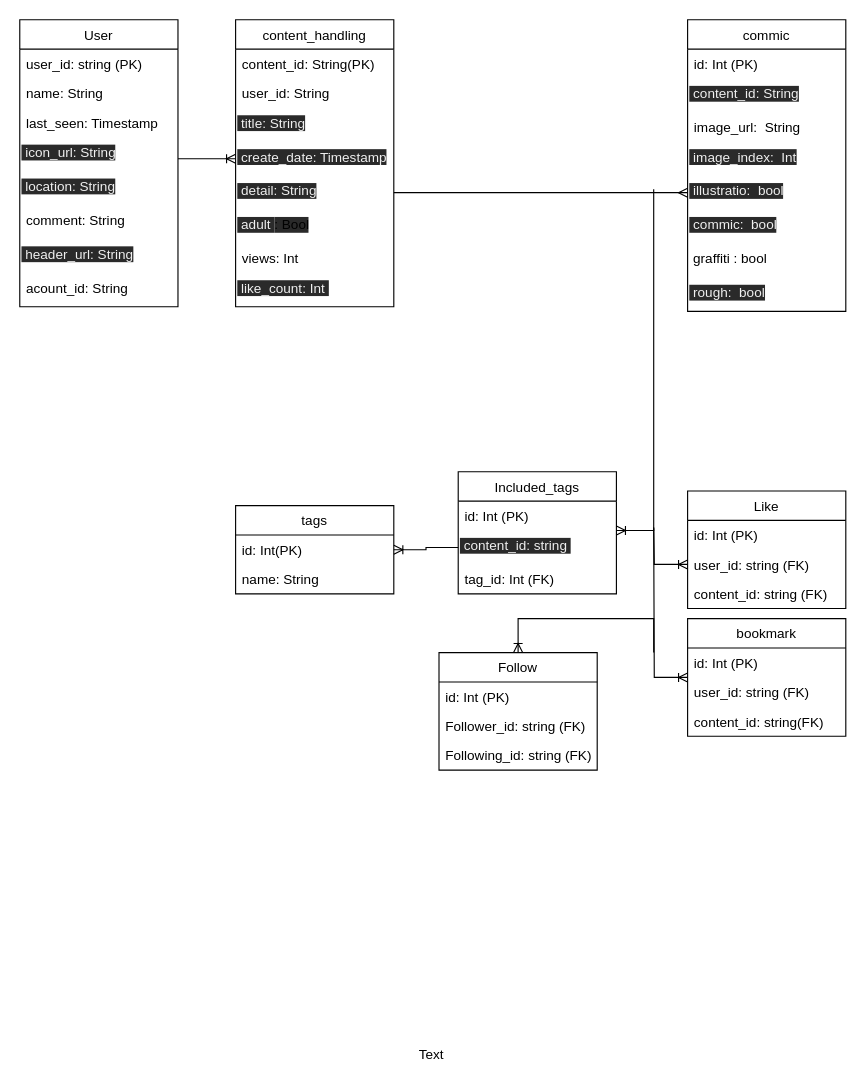
The draw.io diagram er.drawio in uechan9220/Shalust, before the edit. Source tidied: cells renumbered, new cells numbered last; positions are measured from the earlier drawing's top-left corner, leaving out a move shared by most shapes. Both pictures are drawn from the tidied source at 113%, with x=0, y=0 at pixel (19, 19).
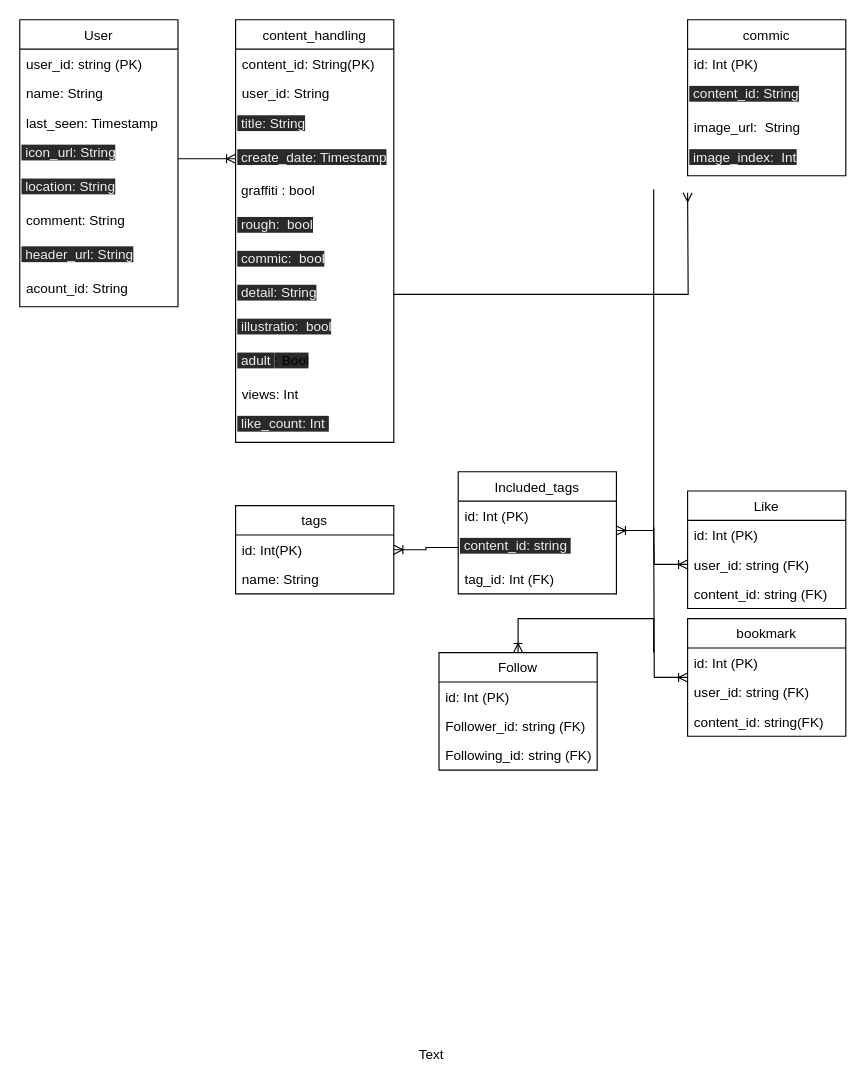
Above is the later version.

The edit, as a diff of the source:
```diff
@@
     <mxCell id="11" value="content_handling" style="swimlane;fontStyle=0;horizontal=1;startSize=26;fillColor=none;" parent="1" vertex="1">
-      <mxGeometry x="191" width="140" height="254" as="geometry" />
+      <mxGeometry x="191" width="140" height="374" as="geometry" />
     </mxCell>
@@
+    <mxCell id="27" value="&lt;span style=&quot;text-align: center&quot;&gt;&amp;nbsp;graffiti : bool&lt;/span&gt;" style="text;whiteSpace=wrap;html=1;" parent="11" vertex="1">
+      <mxGeometry y="138" width="140" height="30" as="geometry" />
+    </mxCell>
+    <mxCell id="28" value="&lt;span style=&quot;color: rgb(240 , 240 , 240) ; font-family: &amp;#34;helvetica&amp;#34; ; font-size: 12px ; font-style: normal ; font-weight: 400 ; letter-spacing: normal ; text-align: left ; text-indent: 0px ; text-transform: none ; word-spacing: 0px ; background-color: rgb(42 , 42 , 42) ; float: none ; display: inline&quot;&gt;&amp;nbsp;rough:&amp;nbsp; bool&lt;/span&gt;" style="text;whiteSpace=wrap;html=1;" parent="11" vertex="1">
+      <mxGeometry y="168" width="140" height="30" as="geometry" />
+    </mxCell>
+    <mxCell id="26" value="&lt;span style=&quot;color: rgb(240 , 240 , 240) ; font-family: &amp;#34;helvetica&amp;#34; ; font-size: 12px ; font-style: normal ; font-weight: 400 ; letter-spacing: normal ; text-align: left ; text-indent: 0px ; text-transform: none ; word-spacing: 0px ; background-color: rgb(42 , 42 , 42) ; float: none ; display: inline&quot;&gt;&amp;nbsp;commic:&amp;nbsp; bool&lt;/span&gt;" style="text;whiteSpace=wrap;html=1;" parent="11" vertex="1">
+      <mxGeometry y="198" width="140" height="30" as="geometry" />
+    </mxCell>
     <mxCell id="16" value="&lt;span style=&quot;color: rgb(240 , 240 , 240) ; font-family: &amp;#34;helvetica&amp;#34; ; font-size: 12px ; font-style: normal ; font-weight: 400 ; letter-spacing: normal ; text-align: left ; text-indent: 0px ; text-transform: none ; word-spacing: 0px ; background-color: rgb(42 , 42 , 42) ; float: none ; display: inline&quot;&gt;&amp;nbsp;detail: String&lt;/span&gt;" style="text;whiteSpace=wrap;html=1;" parent="11" vertex="1">
-      <mxGeometry y="138" width="140" height="30" as="geometry" />
+      <mxGeometry y="228" width="140" height="30" as="geometry" />
     </mxCell>
+    <mxCell id="25" value="&lt;span style=&quot;color: rgb(240 , 240 , 240) ; font-family: &amp;#34;helvetica&amp;#34; ; font-size: 12px ; font-style: normal ; font-weight: 400 ; letter-spacing: normal ; text-align: left ; text-indent: 0px ; text-transform: none ; word-spacing: 0px ; background-color: rgb(42 , 42 , 42) ; float: none ; display: inline&quot;&gt;&amp;nbsp;&lt;span style=&quot;font-family: &amp;#34;helvetica&amp;#34; ; text-align: center&quot;&gt;illustratio&lt;/span&gt;:&amp;nbsp; bool&lt;/span&gt;" style="text;whiteSpace=wrap;html=1;" parent="11" vertex="1">
+      <mxGeometry y="258" width="140" height="30" as="geometry" />
+    </mxCell>
     <mxCell id="17" value="&lt;span style=&quot;color: rgb(240 , 240 , 240) ; font-family: &amp;#34;helvetica&amp;#34; ; font-size: 12px ; font-style: normal ; font-weight: 400 ; letter-spacing: normal ; text-align: left ; text-indent: 0px ; text-transform: none ; word-spacing: 0px ; background-color: rgb(42 , 42 , 42) ; float: none ; display: inline&quot;&gt;&amp;nbsp;adult&amp;nbsp;&lt;/span&gt;&lt;span style=&quot;font-style: normal ; font-weight: 400 ; letter-spacing: normal ; text-align: left ; text-indent: 0px ; text-transform: none ; word-spacing: 0px ; float: none ; display: inline&quot;&gt;&lt;font face=&quot;helvetica&quot;&gt;&lt;span style=&quot;background-color: rgb(42 , 42 , 42)&quot;&gt;: Bool&lt;/span&gt;&lt;/font&gt;&lt;/span&gt;" style="text;whiteSpace=wrap;html=1;" parent="11" vertex="1">
-      <mxGeometry y="168" width="140" height="30" as="geometry" />
+      <mxGeometry y="288" width="140" height="30" as="geometry" />
     </mxCell>
     <mxCell id="18" value="views: Int " style="text;strokeColor=none;fillColor=none;align=left;verticalAlign=top;spacingLeft=4;spacingRight=4;overflow=hidden;" parent="11" vertex="1">
-      <mxGeometry y="198" width="140" height="26" as="geometry" />
+      <mxGeometry y="318" width="140" height="26" as="geometry" />
     </mxCell>
     <mxCell id="19" value="&lt;span style=&quot;color: rgb(240 , 240 , 240) ; font-family: &amp;#34;helvetica&amp;#34; ; font-size: 12px ; font-style: normal ; font-weight: 400 ; letter-spacing: normal ; text-align: left ; text-indent: 0px ; text-transform: none ; word-spacing: 0px ; background-color: rgb(42 , 42 , 42) ; float: none ; display: inline&quot;&gt;&amp;nbsp;like_count: Int&amp;nbsp;&lt;/span&gt;" style="text;whiteSpace=wrap;html=1;" parent="11" vertex="1">
-      <mxGeometry y="224" width="140" height="30" as="geometry" />
+      <mxGeometry y="344" width="140" height="30" as="geometry" />
     </mxCell>
     <mxCell id="20" value="commic" style="swimlane;fontStyle=0;horizontal=1;startSize=26;fillColor=none;" parent="1" vertex="1">
-      <mxGeometry x="591" width="140" height="258" as="geometry" />
+      <mxGeometry x="591" width="140" height="138" as="geometry" />
     </mxCell>
@@
-    <mxCell id="25" value="&lt;span style=&quot;color: rgb(240 , 240 , 240) ; font-family: &amp;#34;helvetica&amp;#34; ; font-size: 12px ; font-style: normal ; font-weight: 400 ; letter-spacing: normal ; text-align: left ; text-indent: 0px ; text-transform: none ; word-spacing: 0px ; background-color: rgb(42 , 42 , 42) ; float: none ; display: inline&quot;&gt;&amp;nbsp;&lt;span style=&quot;font-family: &amp;#34;helvetica&amp;#34; ; text-align: center&quot;&gt;illustratio&lt;/span&gt;:&amp;nbsp; bool&lt;/span&gt;" style="text;whiteSpace=wrap;html=1;" parent="20" vertex="1">
-      <mxGeometry y="138" width="140" height="30" as="geometry" />
-    </mxCell>
-    <mxCell id="26" value="&lt;span style=&quot;color: rgb(240 , 240 , 240) ; font-family: &amp;#34;helvetica&amp;#34; ; font-size: 12px ; font-style: normal ; font-weight: 400 ; letter-spacing: normal ; text-align: left ; text-indent: 0px ; text-transform: none ; word-spacing: 0px ; background-color: rgb(42 , 42 , 42) ; float: none ; display: inline&quot;&gt;&amp;nbsp;commic:&amp;nbsp; bool&lt;/span&gt;" style="text;whiteSpace=wrap;html=1;" parent="20" vertex="1">
-      <mxGeometry y="168" width="140" height="30" as="geometry" />
-    </mxCell>
-    <mxCell id="27" value="&lt;span style=&quot;text-align: center&quot;&gt;&amp;nbsp;graffiti : bool&lt;/span&gt;" style="text;whiteSpace=wrap;html=1;" parent="20" vertex="1">
-      <mxGeometry y="198" width="140" height="30" as="geometry" />
-    </mxCell>
-    <mxCell id="28" value="&lt;span style=&quot;color: rgb(240 , 240 , 240) ; font-family: &amp;#34;helvetica&amp;#34; ; font-size: 12px ; font-style: normal ; font-weight: 400 ; letter-spacing: normal ; text-align: left ; text-indent: 0px ; text-transform: none ; word-spacing: 0px ; background-color: rgb(42 , 42 , 42) ; float: none ; display: inline&quot;&gt;&amp;nbsp;rough:&amp;nbsp; bool&lt;/span&gt;" style="text;whiteSpace=wrap;html=1;" parent="20" vertex="1">
-      <mxGeometry y="228" width="140" height="30" as="geometry" />
-    </mxCell>
```
